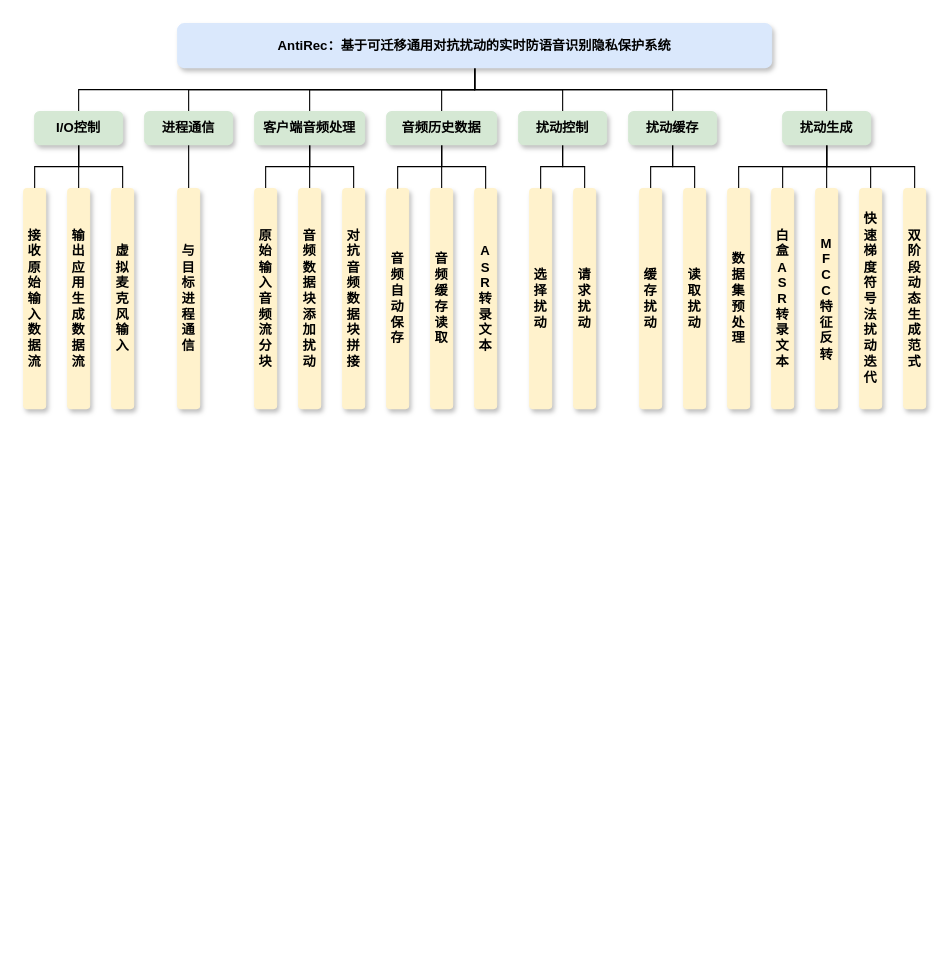
The draw.io diagram 信安作品赛-系统功能模块.drawio in Momoyeyu/Draw.io-Repo, before the edit. Source tidied: cells renumbered, new cells numbered last; positions are measured from the earlier drawing's top-left corner, leaving out a move shared by most shapes. Both pictures are drawn from the tidied source at 110%, with x=0, y=0 at pixel (23, 23).
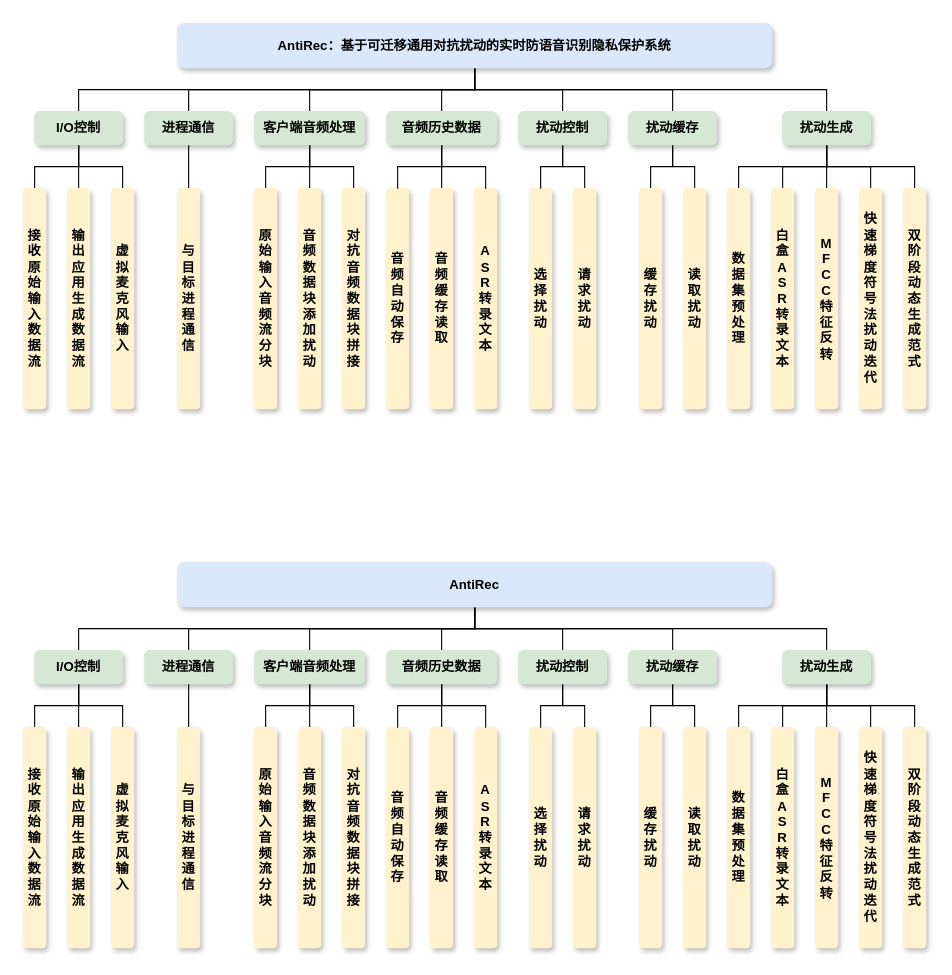
Above is the later version.

Commit message:
更新信安作品赛-系统功能模块.drawio

Change to the diagram source:
```diff
@@
+    <mxCell id="55" style="edgeStyle=orthogonalEdgeStyle;rounded=0;jettySize=auto;html=1;exitX=0.5;exitY=1;exitDx=0;exitDy=0;entryX=0.5;entryY=0;entryDx=0;entryDy=0;endArrow=none;endFill=0;" parent="1" edge="1" source="62" target="66">
+      <mxGeometry relative="1" as="geometry" />
+    </mxCell>
+    <mxCell id="56" style="edgeStyle=orthogonalEdgeStyle;rounded=0;jettySize=auto;html=1;exitX=0.5;exitY=1;exitDx=0;exitDy=0;entryX=0.5;entryY=0;entryDx=0;entryDy=0;endArrow=none;endFill=0;" parent="1" edge="1" source="62" target="68">
+      <mxGeometry relative="1" as="geometry" />
+    </mxCell>
+    <mxCell id="57" style="edgeStyle=orthogonalEdgeStyle;rounded=0;jettySize=auto;html=1;exitX=0.5;exitY=1;exitDx=0;exitDy=0;entryX=0.5;entryY=0;entryDx=0;entryDy=0;endArrow=none;endFill=0;" parent="1" edge="1" source="62" target="76">
+      <mxGeometry relative="1" as="geometry" />
+    </mxCell>
+    <mxCell id="58" style="edgeStyle=orthogonalEdgeStyle;rounded=0;jettySize=auto;html=1;exitX=0.5;exitY=1;exitDx=0;exitDy=0;entryX=0.5;entryY=0;entryDx=0;entryDy=0;endArrow=none;endFill=0;" parent="1" edge="1" source="62" target="83">
+      <mxGeometry relative="1" as="geometry" />
+    </mxCell>
+    <mxCell id="59" style="edgeStyle=orthogonalEdgeStyle;rounded=0;jettySize=auto;html=1;exitX=0.5;exitY=1;exitDx=0;exitDy=0;entryX=0.5;entryY=0;entryDx=0;entryDy=0;endArrow=none;endFill=0;" parent="1" edge="1" source="62" target="86">
+      <mxGeometry relative="1" as="geometry" />
+    </mxCell>
+    <mxCell id="60" style="edgeStyle=orthogonalEdgeStyle;rounded=0;jettySize=auto;html=1;exitX=0.5;exitY=1;exitDx=0;exitDy=0;entryX=0.5;entryY=0;entryDx=0;entryDy=0;endArrow=none;endFill=0;" parent="1" edge="1" source="62" target="95">
+      <mxGeometry relative="1" as="geometry" />
+    </mxCell>
+    <mxCell id="61" style="edgeStyle=orthogonalEdgeStyle;rounded=0;jettySize=auto;html=1;exitX=0.5;exitY=1;exitDx=0;exitDy=0;endArrow=none;endFill=0;" parent="1" edge="1" source="62" target="106">
+      <mxGeometry relative="1" as="geometry" />
+    </mxCell>
+    <mxCell id="62" value="AntiRec" style="rounded=1;whiteSpace=wrap;html=1;fillColor=#DAE8FC;strokeColor=#DAE8FC;shadow=1;fontStyle=1;" parent="1" vertex="1">
+      <mxGeometry x="140" y="490" width="540" height="40" as="geometry" />
+    </mxCell>
+    <mxCell id="63" style="edgeStyle=orthogonalEdgeStyle;rounded=0;jettySize=auto;html=1;exitX=0.5;exitY=1;exitDx=0;exitDy=0;entryX=0.5;entryY=0;entryDx=0;entryDy=0;endArrow=none;endFill=0;" parent="1" edge="1" source="66" target="71">
+      <mxGeometry relative="1" as="geometry" />
+    </mxCell>
+    <mxCell id="64" style="edgeStyle=orthogonalEdgeStyle;rounded=0;jettySize=auto;html=1;exitX=0.5;exitY=1;exitDx=0;exitDy=0;entryX=0.5;entryY=0;entryDx=0;entryDy=0;endArrow=none;endFill=0;" parent="1" edge="1" source="66" target="69">
+      <mxGeometry relative="1" as="geometry" />
+    </mxCell>
+    <mxCell id="65" style="edgeStyle=orthogonalEdgeStyle;rounded=0;jettySize=auto;html=1;exitX=0.5;exitY=1;exitDx=0;exitDy=0;entryX=0.5;entryY=0;entryDx=0;entryDy=0;endArrow=none;endFill=0;" parent="1" edge="1" source="66" target="70">
+      <mxGeometry relative="1" as="geometry" />
+    </mxCell>
+    <mxCell id="66" value="I/O控制" style="rounded=1;whiteSpace=wrap;html=1;fillColor=#D5E8D4;strokeColor=#D5E8D4;fontStyle=1;shadow=1;" parent="1" vertex="1">
+      <mxGeometry x="10" y="570" width="80" height="30" as="geometry" />
+    </mxCell>
+    <mxCell id="67" style="edgeStyle=orthogonalEdgeStyle;rounded=0;jettySize=auto;html=1;exitX=0.5;exitY=1;exitDx=0;exitDy=0;entryX=0.5;entryY=0;entryDx=0;entryDy=0;endArrow=none;endFill=0;" parent="1" edge="1" source="68" target="72">
+      <mxGeometry relative="1" as="geometry" />
+    </mxCell>
+    <mxCell id="68" value="进程通信" style="rounded=1;whiteSpace=wrap;html=1;fillColor=#D5E8D4;strokeColor=#D5E8D4;fontStyle=1;shadow=1;" parent="1" vertex="1">
+      <mxGeometry x="110" y="570" width="80" height="30" as="geometry" />
+    </mxCell>
+    <mxCell id="69" value="接收原始输入数据流" style="rounded=1;whiteSpace=wrap;html=1;fillColor=#FFF2CC;strokeColor=#FFF2CC;fontStyle=1;shadow=1;" parent="1" vertex="1">
+      <mxGeometry y="640" width="20" height="200" as="geometry" />
+    </mxCell>
+    <mxCell id="70" value="虚拟麦克风输入" style="rounded=1;whiteSpace=wrap;html=1;fillColor=#FFF2CC;strokeColor=#FFF2CC;fontStyle=1;shadow=1;" parent="1" vertex="1">
+      <mxGeometry x="80" y="640" width="20" height="200" as="geometry" />
+    </mxCell>
+    <mxCell id="71" value="输出应用生成数据流" style="rounded=1;whiteSpace=wrap;html=1;fillColor=#FFF2CC;strokeColor=#FFF2CC;fontStyle=1;shadow=1;" parent="1" vertex="1">
+      <mxGeometry x="40" y="640" width="20" height="200" as="geometry" />
+    </mxCell>
+    <mxCell id="72" value="与目标进程通信" style="rounded=1;whiteSpace=wrap;html=1;fillColor=#FFF2CC;strokeColor=#FFF2CC;fontStyle=1;shadow=1;" parent="1" vertex="1">
+      <mxGeometry x="140" y="640" width="20" height="200" as="geometry" />
+    </mxCell>
+    <mxCell id="73" style="edgeStyle=orthogonalEdgeStyle;rounded=0;jettySize=auto;html=1;exitX=0.5;exitY=1;exitDx=0;exitDy=0;entryX=0.5;entryY=0;entryDx=0;entryDy=0;endArrow=none;endFill=0;" parent="1" edge="1" source="76" target="79">
+      <mxGeometry relative="1" as="geometry" />
+    </mxCell>
+    <mxCell id="74" style="edgeStyle=orthogonalEdgeStyle;rounded=0;jettySize=auto;html=1;exitX=0.5;exitY=1;exitDx=0;exitDy=0;entryX=0.5;entryY=0;entryDx=0;entryDy=0;endArrow=none;endFill=0;" parent="1" edge="1" source="76" target="77">
+      <mxGeometry relative="1" as="geometry" />
+    </mxCell>
+    <mxCell id="75" style="edgeStyle=orthogonalEdgeStyle;rounded=0;jettySize=auto;html=1;exitX=0.5;exitY=1;exitDx=0;exitDy=0;entryX=0.5;entryY=0;entryDx=0;entryDy=0;endArrow=none;endFill=0;" parent="1" edge="1" source="76" target="78">
+      <mxGeometry relative="1" as="geometry" />
+    </mxCell>
+    <mxCell id="76" value="客户端音频处理" style="rounded=1;whiteSpace=wrap;html=1;fillColor=#D5E8D4;strokeColor=#D5E8D4;fontStyle=1;shadow=1;" parent="1" vertex="1">
+      <mxGeometry x="210" y="570" width="100" height="30" as="geometry" />
+    </mxCell>
+    <mxCell id="77" value="原始输入音频流分块" style="rounded=1;whiteSpace=wrap;html=1;fillColor=#FFF2CC;strokeColor=#FFF2CC;fontStyle=1;shadow=1;" parent="1" vertex="1">
+      <mxGeometry x="210" y="640" width="20" height="200" as="geometry" />
+    </mxCell>
+    <mxCell id="78" value="对抗音频数据块拼接" style="rounded=1;whiteSpace=wrap;html=1;fillColor=#FFF2CC;strokeColor=#FFF2CC;fontStyle=1;shadow=1;" parent="1" vertex="1">
+      <mxGeometry x="290" y="640" width="20" height="200" as="geometry" />
+    </mxCell>
+    <mxCell id="79" value="音频数据块添加扰动" style="rounded=1;whiteSpace=wrap;html=1;fillColor=#FFF2CC;strokeColor=#FFF2CC;fontStyle=1;shadow=1;" parent="1" vertex="1">
+      <mxGeometry x="250" y="640" width="20" height="200" as="geometry" />
+    </mxCell>
+    <mxCell id="80" value="选择扰动" style="rounded=1;whiteSpace=wrap;html=1;fillColor=#FFF2CC;strokeColor=#FFF2CC;fontStyle=1;shadow=1;" parent="1" vertex="1">
+      <mxGeometry x="460" y="640" width="20" height="200" as="geometry" />
+    </mxCell>
+    <mxCell id="81" style="edgeStyle=orthogonalEdgeStyle;rounded=0;jettySize=auto;html=1;exitX=0.5;exitY=1;exitDx=0;exitDy=0;entryX=0.5;entryY=0;entryDx=0;entryDy=0;endArrow=none;endFill=0;" parent="1" edge="1" source="83" target="80">
+      <mxGeometry relative="1" as="geometry" />
+    </mxCell>
+    <mxCell id="82" style="edgeStyle=orthogonalEdgeStyle;rounded=0;jettySize=auto;html=1;exitX=0.5;exitY=1;exitDx=0;exitDy=0;entryX=0.5;entryY=0;entryDx=0;entryDy=0;endArrow=none;endFill=0;" parent="1" edge="1" source="83" target="89">
+      <mxGeometry relative="1" as="geometry" />
+    </mxCell>
+    <mxCell id="83" value="扰动控制" style="rounded=1;whiteSpace=wrap;html=1;fillColor=#D5E8D4;strokeColor=#D5E8D4;fontStyle=1;shadow=1;" parent="1" vertex="1">
+      <mxGeometry x="450" y="570" width="80" height="30" as="geometry" />
+    </mxCell>
+    <mxCell id="84" style="edgeStyle=orthogonalEdgeStyle;rounded=0;jettySize=auto;html=1;exitX=0.5;exitY=1;exitDx=0;exitDy=0;entryX=0.5;entryY=0;entryDx=0;entryDy=0;endArrow=none;endFill=0;" parent="1" edge="1" source="86" target="87">
+      <mxGeometry relative="1" as="geometry" />
+    </mxCell>
+    <mxCell id="85" style="edgeStyle=orthogonalEdgeStyle;rounded=0;jettySize=auto;html=1;exitX=0.5;exitY=1;exitDx=0;exitDy=0;entryX=0.5;entryY=0;entryDx=0;entryDy=0;endArrow=none;endFill=0;" parent="1" edge="1" source="86" target="88">
+      <mxGeometry relative="1" as="geometry" />
+    </mxCell>
+    <mxCell id="86" value="扰动缓存" style="rounded=1;whiteSpace=wrap;html=1;fillColor=#D5E8D4;strokeColor=#D5E8D4;fontStyle=1;shadow=1;" parent="1" vertex="1">
+      <mxGeometry x="550" y="570" width="80" height="30" as="geometry" />
+    </mxCell>
+    <mxCell id="87" value="缓存扰动" style="rounded=1;whiteSpace=wrap;html=1;fillColor=#FFF2CC;strokeColor=#FFF2CC;fontStyle=1;shadow=1;" parent="1" vertex="1">
+      <mxGeometry x="560" y="640" width="20" height="200" as="geometry" />
+    </mxCell>
+    <mxCell id="88" value="读取扰动" style="rounded=1;whiteSpace=wrap;html=1;fillColor=#FFF2CC;strokeColor=#FFF2CC;fontStyle=1;shadow=1;" parent="1" vertex="1">
+      <mxGeometry x="600" y="640" width="20" height="200" as="geometry" />
+    </mxCell>
+    <mxCell id="89" value="请求扰动" style="rounded=1;whiteSpace=wrap;html=1;fillColor=#FFF2CC;strokeColor=#FFF2CC;fontStyle=1;shadow=1;" parent="1" vertex="1">
+      <mxGeometry x="500" y="640" width="20" height="200" as="geometry" />
+    </mxCell>
+    <mxCell id="90" style="edgeStyle=orthogonalEdgeStyle;rounded=0;jettySize=auto;html=1;exitX=0.5;exitY=1;exitDx=0;exitDy=0;entryX=0.5;entryY=0;entryDx=0;entryDy=0;endArrow=none;endFill=0;" parent="1" edge="1" source="95" target="96">
+      <mxGeometry relative="1" as="geometry" />
+    </mxCell>
+    <mxCell id="91" style="edgeStyle=orthogonalEdgeStyle;rounded=0;jettySize=auto;html=1;exitX=0.5;exitY=1;exitDx=0;exitDy=0;entryX=0.5;entryY=0;entryDx=0;entryDy=0;endArrow=none;endFill=0;" parent="1" edge="1" source="95" target="99">
+      <mxGeometry relative="1" as="geometry" />
+    </mxCell>
+    <mxCell id="92" style="edgeStyle=orthogonalEdgeStyle;rounded=0;jettySize=auto;html=1;exitX=0.5;exitY=1;exitDx=0;exitDy=0;entryX=0.5;entryY=0;entryDx=0;entryDy=0;endArrow=none;endFill=0;" parent="1" edge="1" source="95" target="98">
+      <mxGeometry relative="1" as="geometry" />
+    </mxCell>
+    <mxCell id="93" style="edgeStyle=orthogonalEdgeStyle;rounded=0;jettySize=auto;html=1;exitX=0.5;exitY=1;exitDx=0;exitDy=0;entryX=0.5;entryY=0;entryDx=0;entryDy=0;endArrow=none;endFill=0;" parent="1" edge="1" source="95" target="97">
+      <mxGeometry relative="1" as="geometry" />
+    </mxCell>
+    <mxCell id="94" style="edgeStyle=orthogonalEdgeStyle;rounded=0;jettySize=auto;html=1;exitX=0.5;exitY=1;exitDx=0;exitDy=0;entryX=0.5;entryY=0;entryDx=0;entryDy=0;endArrow=none;endFill=0;" parent="1" edge="1" source="95" target="100">
+      <mxGeometry relative="1" as="geometry" />
+    </mxCell>
+    <mxCell id="95" value="扰动生成" style="rounded=1;whiteSpace=wrap;html=1;fillColor=#D5E8D4;strokeColor=#D5E8D4;fontStyle=1;shadow=1;" parent="1" vertex="1">
+      <mxGeometry x="690" y="570" width="80" height="30" as="geometry" />
+    </mxCell>
+    <mxCell id="96" value="数据集预处理" style="rounded=1;whiteSpace=wrap;html=1;fillColor=#FFF2CC;strokeColor=#FFF2CC;fontStyle=1;shadow=1;" parent="1" vertex="1">
+      <mxGeometry x="640" y="640" width="20" height="200" as="geometry" />
+    </mxCell>
+    <mxCell id="97" value="快速梯度符号法扰动迭代" style="rounded=1;whiteSpace=wrap;html=1;fillColor=#FFF2CC;strokeColor=#FFF2CC;fontStyle=1;shadow=1;" parent="1" vertex="1">
+      <mxGeometry x="760" y="640" width="20" height="200" as="geometry" />
+    </mxCell>
+    <mxCell id="98" value="M&lt;br&gt;F&lt;br&gt;C&lt;br&gt;C特征反转" style="rounded=1;whiteSpace=wrap;html=1;fillColor=#FFF2CC;strokeColor=#FFF2CC;fontStyle=1;shadow=1;" parent="1" vertex="1">
+      <mxGeometry x="720" y="640" width="20" height="200" as="geometry" />
+    </mxCell>
+    <mxCell id="99" value="白盒A&lt;br&gt;S&lt;br&gt;R转录文本" style="rounded=1;whiteSpace=wrap;html=1;fillColor=#FFF2CC;strokeColor=#FFF2CC;fontStyle=1;shadow=1;" parent="1" vertex="1">
+      <mxGeometry x="680" y="640" width="20" height="200" as="geometry" />
+    </mxCell>
+    <mxCell id="100" value="双阶段动态生成范式" style="rounded=1;whiteSpace=wrap;html=1;fillColor=#FFF2CC;strokeColor=#FFF2CC;fontStyle=1;shadow=1;" parent="1" vertex="1">
+      <mxGeometry x="800" y="640" width="20" height="200" as="geometry" />
+    </mxCell>
+    <mxCell id="101" value="A&lt;div&gt;S&lt;/div&gt;&lt;div&gt;R&lt;/div&gt;&lt;div&gt;转录文本&lt;/div&gt;" style="rounded=1;whiteSpace=wrap;html=1;fillColor=#FFF2CC;strokeColor=#FFF2CC;fontStyle=1;shadow=1;" parent="1" vertex="1">
+      <mxGeometry x="410" y="640" width="20" height="200" as="geometry" />
+    </mxCell>
+    <mxCell id="102" value="音频自动保存" style="rounded=1;whiteSpace=wrap;html=1;fillColor=#FFF2CC;strokeColor=#FFF2CC;fontStyle=1;shadow=1;" parent="1" vertex="1">
+      <mxGeometry x="330" y="640" width="20" height="200" as="geometry" />
+    </mxCell>
+    <mxCell id="103" style="edgeStyle=orthogonalEdgeStyle;rounded=0;jettySize=auto;html=1;exitX=0.5;exitY=1;exitDx=0;exitDy=0;entryX=0.5;entryY=0;entryDx=0;entryDy=0;endArrow=none;endFill=0;" parent="1" edge="1" source="106" target="102">
+      <mxGeometry relative="1" as="geometry" />
+    </mxCell>
+    <mxCell id="104" style="edgeStyle=orthogonalEdgeStyle;rounded=0;jettySize=auto;html=1;exitX=0.5;exitY=1;exitDx=0;exitDy=0;entryX=0.5;entryY=0;entryDx=0;entryDy=0;endArrow=none;endFill=0;" parent="1" edge="1" source="106" target="101">
+      <mxGeometry relative="1" as="geometry" />
+    </mxCell>
+    <mxCell id="105" style="edgeStyle=orthogonalEdgeStyle;rounded=0;jettySize=auto;html=1;exitX=0.5;exitY=1;exitDx=0;exitDy=0;entryX=0.5;entryY=0;entryDx=0;entryDy=0;endArrow=none;endFill=0;" parent="1" edge="1" source="106" target="107">
+      <mxGeometry relative="1" as="geometry" />
+    </mxCell>
+    <mxCell id="106" value="音频历史数据" style="rounded=1;whiteSpace=wrap;html=1;fillColor=#D5E8D4;strokeColor=#D5E8D4;fontStyle=1;shadow=1;" parent="1" vertex="1">
+      <mxGeometry x="330" y="570" width="100" height="30" as="geometry" />
+    </mxCell>
+    <mxCell id="107" value="音频缓存读取" style="rounded=1;whiteSpace=wrap;html=1;fillColor=#FFF2CC;strokeColor=#FFF2CC;fontStyle=1;shadow=1;" parent="1" vertex="1">
+      <mxGeometry x="370" y="640" width="20" height="200" as="geometry" />
+    </mxCell>
```
